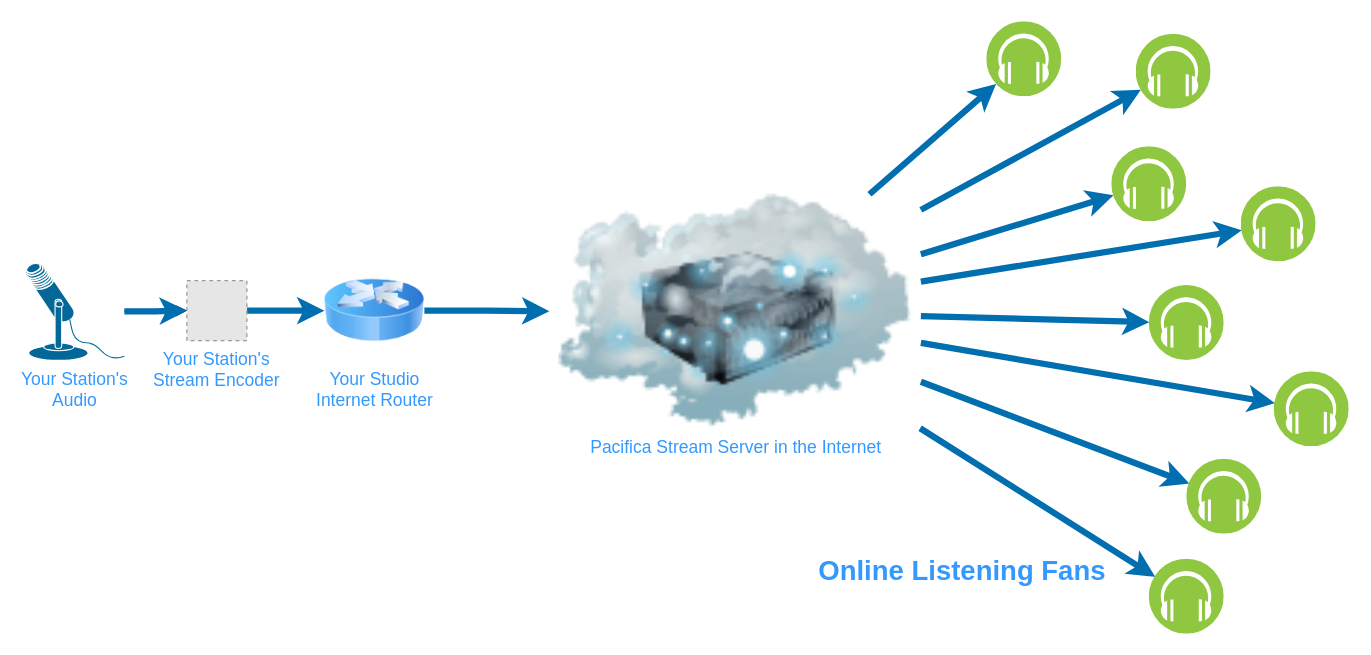
Earlier version of the draw.io diagram docs/images/icecast-streaming.drawio (opensourceradio/ram). Source tidied: cells renumbered, new cells numbered last; positions are measured from the earlier drawing's top-left corner, leaving out a move shared by most shapes. Both pictures are drawn from the tidied source at 125%, with x=0, y=0 at pixel (24, 21). Pictures stored in the file or linked from it are replaced by grey dashed boxes.
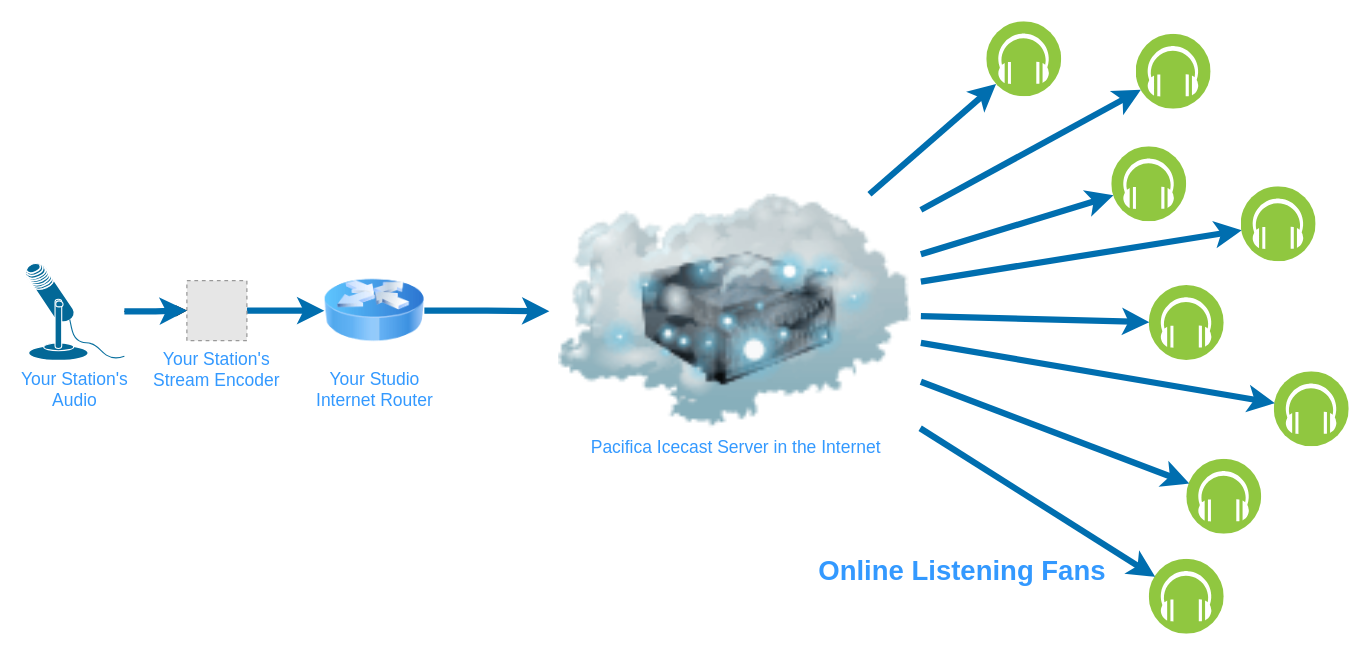
After the change.

Change to the diagram source:
```diff
@@
-    <mxCell id="9" value="Pacifica Stream Server in the Internet" style="image;html=1;image=img/lib/clip_art/networking/Cloud_Server_128x128.png;shadow=0;dashed=0;fontFamily=Helvetica;fontSize=14;fontColor=#3399FF;align=center;strokeColor=default;fillColor=default;labelBackgroundColor=none;" parent="1" vertex="1">
+    <mxCell id="9" value="Pacifica Icecast Server in the Internet" style="image;html=1;image=img/lib/clip_art/networking/Cloud_Server_128x128.png;shadow=0;dashed=0;fontFamily=Helvetica;fontSize=14;fontColor=#3399FF;align=center;strokeColor=default;fillColor=default;labelBackgroundColor=none;" parent="1" vertex="1">
       <mxGeometry x="420" y="137.9" width="297.2" height="187.2" as="geometry" />
     </mxCell>
```
